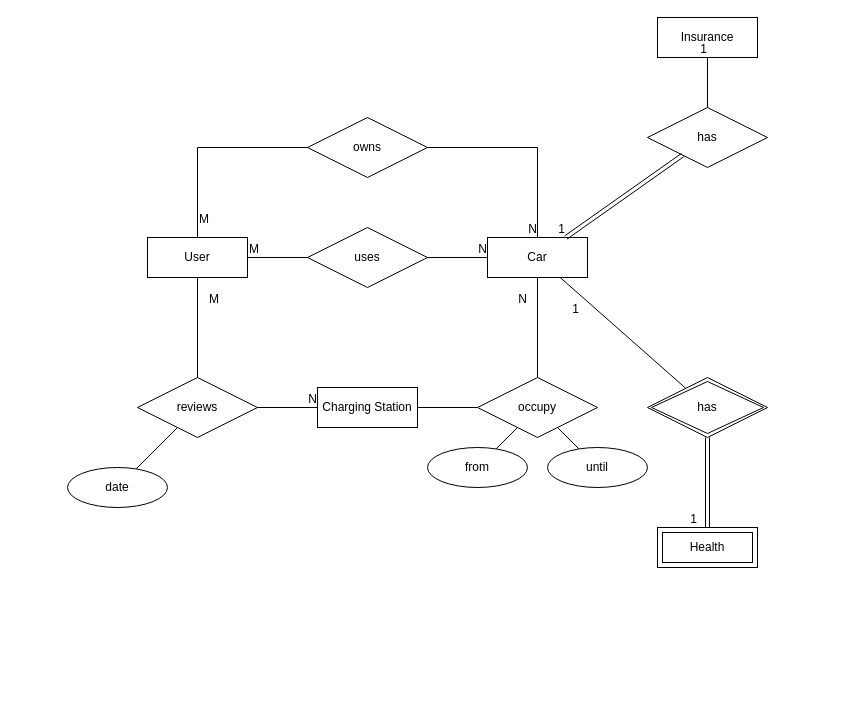
This is EVPoint ERdiagram.drawio from johnkouk469/DatabasesCourse2021, a draw.io file, before an edit. Source tidied: cells renumbered, new cells numbered last; positions are measured from the earlier drawing's top-left corner, leaving out a move shared by most shapes. Both pictures are drawn from the tidied source at 100%, with x=0, y=0 at pixel (67, 17).
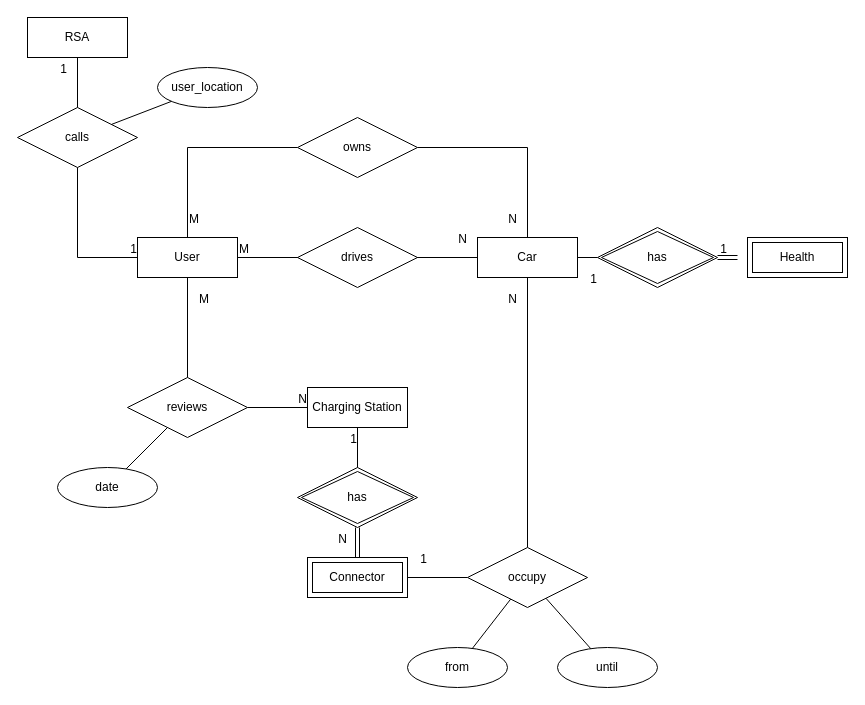
After the change.

Commit message:
found 10 relations EVPoint ERdiagram.drawio

The change refers to these unchanged cells:
```xml
<mxCell id="5" style="endArrow=none;html=1;rounded=0;exitX=1;exitY=0.5;exitDx=0;exitDy=0;entryX=0;entryY=0.5;entryDx=0;entryDy=0;" parent="1" edge="1" source="2" target="4">
  <mxGeometry relative="1" as="geometry" />
</mxCell>
<mxCell id="27" style="endArrow=none;html=1;rounded=0;" parent="1" edge="1" source="23" target="4">
  <mxGeometry relative="1" as="geometry" />
</mxCell>
<mxCell id="39" style="endArrow=none;html=1;rounded=0;" parent="1" edge="1" source="36" target="35">
  <mxGeometry relative="1" as="geometry" />
</mxCell>
```

Diff of the diagram source:
```diff
@@
     <mxCell id="2" value="User" style="whiteSpace=wrap;html=1;align=center;" parent="1" vertex="1">
-      <mxGeometry x="80" y="220" width="100" height="40" as="geometry" />
+      <mxGeometry x="70" y="220" width="100" height="40" as="geometry" />
     </mxCell>
     <mxCell id="3" value="Charging Station" style="whiteSpace=wrap;html=1;align=center;" parent="1" vertex="1">
-      <mxGeometry x="250" y="370" width="100" height="40" as="geometry" />
+      <mxGeometry x="240" y="370" width="100" height="40" as="geometry" />
     </mxCell>
     <mxCell id="4" value="Car" style="whiteSpace=wrap;html=1;align=center;" parent="1" vertex="1">
-      <mxGeometry x="420" y="220" width="100" height="40" as="geometry" />
+      <mxGeometry x="410" y="220" width="100" height="40" as="geometry" />
     </mxCell>
@@
     <mxCell id="7" value="N" style="html=1;align=right;verticalAlign=bottom;" parent="5" vertex="1">
-      <mxGeometry x="1" relative="1" as="geometry" />
+      <mxGeometry x="1" relative="1" as="geometry">
+        <mxPoint x="-10" y="-10" as="offset" />
+      </mxGeometry>
     </mxCell>
-    <mxCell id="8" value="uses" style="shape=rhombus;perimeter=rhombusPerimeter;whiteSpace=wrap;html=1;align=center;" parent="1" vertex="1">
-      <mxGeometry x="240" y="210" width="120" height="60" as="geometry" />
+    <mxCell id="8" value="drives" style="shape=rhombus;perimeter=rhombusPerimeter;whiteSpace=wrap;html=1;align=center;" parent="1" vertex="1">
+      <mxGeometry x="230" y="210" width="120" height="60" as="geometry" />
     </mxCell>
     <mxCell id="9" style="endArrow=none;html=1;rounded=0;exitX=1;exitY=0.5;exitDx=0;exitDy=0;entryX=0.5;entryY=0;entryDx=0;entryDy=0;startArrow=none;" parent="1" edge="1" source="11" target="4">
       <mxGeometry relative="1" as="geometry">
         <Array as="points">
-          <mxPoint x="470" y="130" />
+          <mxPoint x="460" y="130" />
         </Array>
       </mxGeometry>
     </mxCell>
     <mxCell id="10" value="N" style="html=1;align=right;verticalAlign=bottom;" parent="9" vertex="1">
-      <mxGeometry x="1" relative="1" as="geometry" />
+      <mxGeometry x="1" relative="1" as="geometry">
+        <mxPoint x="-10" y="-10" as="offset" />
+      </mxGeometry>
     </mxCell>
     <mxCell id="11" value="owns" style="shape=rhombus;perimeter=rhombusPerimeter;whiteSpace=wrap;html=1;align=center;" parent="1" vertex="1">
-      <mxGeometry x="240" y="100" width="120" height="60" as="geometry" />
+      <mxGeometry x="230" y="100" width="120" height="60" as="geometry" />
     </mxCell>
     <mxCell id="12" style="endArrow=none;html=1;rounded=0;exitX=0.5;exitY=0;exitDx=0;exitDy=0;entryX=0;entryY=0.5;entryDx=0;entryDy=0;" parent="1" edge="1" source="2" target="11">
       <mxGeometry relative="1" as="geometry">
         <Array as="points">
-          <mxPoint x="130" y="130" />
+          <mxPoint x="120" y="130" />
         </Array>
       </mxGeometry>
     </mxCell>
@@
     <mxCell id="16" value="reviews" style="shape=rhombus;perimeter=rhombusPerimeter;whiteSpace=wrap;html=1;align=center;" parent="1" vertex="1">
-      <mxGeometry x="70" y="360" width="120" height="60" as="geometry" />
+      <mxGeometry x="60" y="360" width="120" height="60" as="geometry" />
     </mxCell>
@@
     <mxCell id="21" value="occupy" style="shape=rhombus;perimeter=rhombusPerimeter;whiteSpace=wrap;html=1;align=center;" parent="1" vertex="1">
-      <mxGeometry x="410" y="360" width="120" height="60" as="geometry" />
+      <mxGeometry x="400" y="530" width="120" height="60" as="geometry" />
     </mxCell>
-    <mxCell id="22" style="endArrow=none;html=1;rounded=0;entryX=0;entryY=0.5;entryDx=0;entryDy=0;exitX=1;exitY=0.5;exitDx=0;exitDy=0;" parent="1" edge="1" source="3" target="21">
-      <mxGeometry relative="1" as="geometry" />
-    </mxCell>
     <mxCell id="23" value="has" style="shape=rhombus;double=1;perimeter=rhombusPerimeter;whiteSpace=wrap;html=1;align=center;" parent="1" vertex="1">
-      <mxGeometry x="580" y="360" width="120" height="60" as="geometry" />
+      <mxGeometry x="530" y="210" width="120" height="60" as="geometry" />
     </mxCell>
     <mxCell id="24" value="Health" style="shape=ext;margin=3;double=1;whiteSpace=wrap;html=1;align=center;" parent="1" vertex="1">
-      <mxGeometry x="590" y="510" width="100" height="40" as="geometry" />
+      <mxGeometry x="680" y="220" width="100" height="40" as="geometry" />
     </mxCell>
-    <mxCell id="25" style="shape=link;html=1;rounded=0;exitX=0.5;exitY=1;exitDx=0;exitDy=0;entryX=0.5;entryY=0;entryDx=0;entryDy=0;" parent="1" edge="1" source="23" target="24">
-      <mxGeometry relative="1" as="geometry" />
+    <mxCell id="25" style="shape=link;html=1;rounded=0;" parent="1" edge="1" source="23">
+      <mxGeometry relative="1" as="geometry">
+        <mxPoint x="670" y="240" as="targetPoint" />
+      </mxGeometry>
     </mxCell>
@@
     <mxCell id="28" value="1" style="html=1;align=right;verticalAlign=bottom;" parent="27" vertex="1">
       <mxGeometry x="1" relative="1" as="geometry">
-        <mxPoint x="20" y="40" as="offset" />
+        <mxPoint x="20" y="30" as="offset" />
       </mxGeometry>
     </mxCell>
     <mxCell id="29" value="date" style="ellipse;whiteSpace=wrap;html=1;align=center;" parent="1" vertex="1">
-      <mxGeometry y="450" width="100" height="40" as="geometry" />
+      <mxGeometry x="-10" y="450" width="100" height="40" as="geometry" />
     </mxCell>
@@
     <mxCell id="31" value="until" style="ellipse;whiteSpace=wrap;html=1;align=center;" parent="1" vertex="1">
-      <mxGeometry x="480" y="430" width="100" height="40" as="geometry" />
+      <mxGeometry x="490" y="630" width="100" height="40" as="geometry" />
     </mxCell>
     <mxCell id="32" value="from" style="ellipse;whiteSpace=wrap;html=1;align=center;" parent="1" vertex="1">
-      <mxGeometry x="360" y="430" width="100" height="40" as="geometry" />
+      <mxGeometry x="340" y="630" width="100" height="40" as="geometry" />
     </mxCell>
@@
-    <mxCell id="35" value="Insurance" style="whiteSpace=wrap;html=1;align=center;" parent="1" vertex="1">
-      <mxGeometry x="590" width="100" height="40" as="geometry" />
+    <mxCell id="35" value="RSA" style="whiteSpace=wrap;html=1;align=center;" parent="1" vertex="1">
+      <mxGeometry x="-40" width="100" height="40" as="geometry" />
     </mxCell>
-    <mxCell id="36" value="has" style="shape=rhombus;perimeter=rhombusPerimeter;whiteSpace=wrap;html=1;align=center;" parent="1" vertex="1">
-      <mxGeometry x="580" y="90" width="120" height="60" as="geometry" />
+    <mxCell id="36" value="calls" style="shape=rhombus;perimeter=rhombusPerimeter;whiteSpace=wrap;html=1;align=center;" parent="1" vertex="1">
+      <mxGeometry x="-50" y="90" width="120" height="60" as="geometry" />
     </mxCell>
-    <mxCell id="37" style="shape=link;html=1;rounded=0;" parent="1" edge="1" source="36" target="4">
-      <mxGeometry relative="1" as="geometry" />
-    </mxCell>
-    <mxCell id="38" value="1" style="html=1;align=right;verticalAlign=bottom;" parent="37" vertex="1">
-      <mxGeometry x="1" relative="1" as="geometry" />
-    </mxCell>
@@
     <mxCell id="40" value="1" style="html=1;align=right;verticalAlign=bottom;" parent="39" vertex="1">
-      <mxGeometry x="1" relative="1" as="geometry" />
+      <mxGeometry x="1" relative="1" as="geometry">
+        <mxPoint x="-10" y="20" as="offset" />
+      </mxGeometry>
     </mxCell>
+    <mxCell id="41" value="Connector" style="shape=ext;margin=3;double=1;whiteSpace=wrap;html=1;align=center;" parent="1" vertex="1">
+      <mxGeometry x="240" y="540" width="100" height="40" as="geometry" />
+    </mxCell>
+    <mxCell id="42" style="endArrow=none;html=1;rounded=0;" parent="1" edge="1" source="21" target="41">
+      <mxGeometry relative="1" as="geometry" />
+    </mxCell>
+    <mxCell id="43" value="1" style="html=1;align=right;verticalAlign=bottom;" parent="42" vertex="1">
+      <mxGeometry x="1" relative="1" as="geometry">
+        <mxPoint x="20" y="-10" as="offset" />
+      </mxGeometry>
+    </mxCell>
+    <mxCell id="44" value="has" style="shape=rhombus;double=1;perimeter=rhombusPerimeter;whiteSpace=wrap;html=1;align=center;" parent="1" vertex="1">
+      <mxGeometry x="230" y="450" width="120" height="60" as="geometry" />
+    </mxCell>
+    <mxCell id="45" style="shape=link;html=1;rounded=0;" parent="1" edge="1" source="44" target="41">
+      <mxGeometry relative="1" as="geometry" />
+    </mxCell>
+    <mxCell id="46" value="N" style="html=1;align=right;verticalAlign=bottom;" parent="45" vertex="1">
+      <mxGeometry x="1" relative="1" as="geometry">
+        <mxPoint x="-10" y="-10" as="offset" />
+      </mxGeometry>
+    </mxCell>
+    <mxCell id="47" style="endArrow=none;html=1;rounded=0;" parent="1" edge="1" source="44" target="3">
+      <mxGeometry relative="1" as="geometry" />
+    </mxCell>
+    <mxCell id="48" value="1" style="html=1;align=right;verticalAlign=bottom;" parent="47" vertex="1">
+      <mxGeometry x="1" relative="1" as="geometry">
+        <mxPoint y="20" as="offset" />
+      </mxGeometry>
+    </mxCell>
+    <mxCell id="49" style="endArrow=none;html=1;rounded=0;" parent="1" edge="1" source="36" target="2">
+      <mxGeometry relative="1" as="geometry">
+        <Array as="points">
+          <mxPoint x="10" y="240" />
+        </Array>
+      </mxGeometry>
+    </mxCell>
+    <mxCell id="50" value="1" style="html=1;align=right;verticalAlign=bottom;" parent="49" vertex="1">
+      <mxGeometry x="1" relative="1" as="geometry" />
+    </mxCell>
+    <mxCell id="51" value="user_location" style="ellipse;whiteSpace=wrap;html=1;align=center;" parent="1" vertex="1">
+      <mxGeometry x="90" y="50" width="100" height="40" as="geometry" />
+    </mxCell>
+    <mxCell id="52" style="endArrow=none;html=1;rounded=0;" parent="1" edge="1" source="36" target="51">
+      <mxGeometry relative="1" as="geometry" />
+    </mxCell>
```
